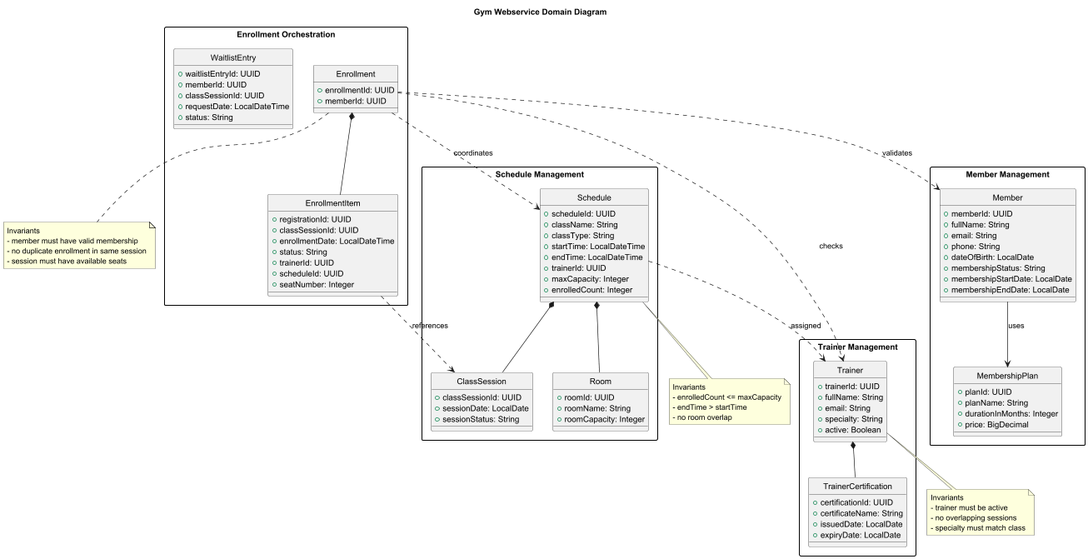
Before: docs/domain-diagram.png, a diagram exported from PlantUML (NateDev5/gym_webservice_finalproject). Its diagram source:
```plantuml
@startuml
title Gym Webservice Domain Diagram

hide circle
skinparam packageStyle rectangle
skinparam shadowing false

package "Member Management" {
  class Member {
    +memberId: UUID
    +fullName: String
    +email: String
    +phone: String
    +dateOfBirth: LocalDate
    +membershipStatus: String
    +membershipStartDate: LocalDate
    +membershipEndDate: LocalDate
  }

  class MembershipPlan {
    +planId: UUID
    +planName: String
    +durationInMonths: Integer
    +price: BigDecimal
  }

  Member --> MembershipPlan : uses
}

package "Trainer Management" {
  class Trainer {
    +trainerId: UUID
    +fullName: String
    +email: String
    +specialty: String
    +active: Boolean
  }

  class TrainerCertification {
    +certificationId: UUID
    +certificateName: String
    +issuedDate: LocalDate
    +expiryDate: LocalDate
  }

  Trainer *-- TrainerCertification
}

package "Schedule Management" {
  class Schedule {
    +scheduleId: UUID
    +className: String
    +classType: String
    +startTime: LocalDateTime
    +endTime: LocalDateTime
    +trainerId: UUID
    +maxCapacity: Integer
    +enrolledCount: Integer
  }

  class Room {
    +roomId: UUID
    +roomName: String
    +roomCapacity: Integer
  }

  class ClassSession {
    +classSessionId: UUID
    +sessionDate: LocalDate
    +sessionStatus: String
  }

  Schedule *-- Room
  Schedule *-- ClassSession
}

package "Enrollment Orchestration" {
  class Enrollment {
    +enrollmentId: UUID
    +memberId: UUID
  }

  class EnrollmentItem {
    +registrationId: UUID
    +classSessionId: UUID
    +enrollmentDate: LocalDateTime
    +status: String
    +trainerId: UUID
    +scheduleId: UUID
    +seatNumber: Integer
  }

  class WaitlistEntry {
    +waitlistEntryId: UUID
    +memberId: UUID
    +classSessionId: UUID
    +requestDate: LocalDateTime
    +status: String
  }

  Enrollment *-- EnrollmentItem
}

Enrollment ..> Member : validates
Enrollment ..> Trainer : checks
Enrollment ..> Schedule : coordinates
EnrollmentItem ..> ClassSession : references
Schedule ..> Trainer : assigned

note bottom of Enrollment
  Invariants
  - member must have valid membership
  - no duplicate enrollment in same session
  - session must have available seats
end note

note bottom of Schedule
  Invariants
  - enrolledCount <= maxCapacity
  - endTime > startTime
  - no room overlap
end note

note bottom of Trainer
  Invariants
  - trainer must be active
  - no overlapping sessions
  - specialty must match class
end note

@enduml
```
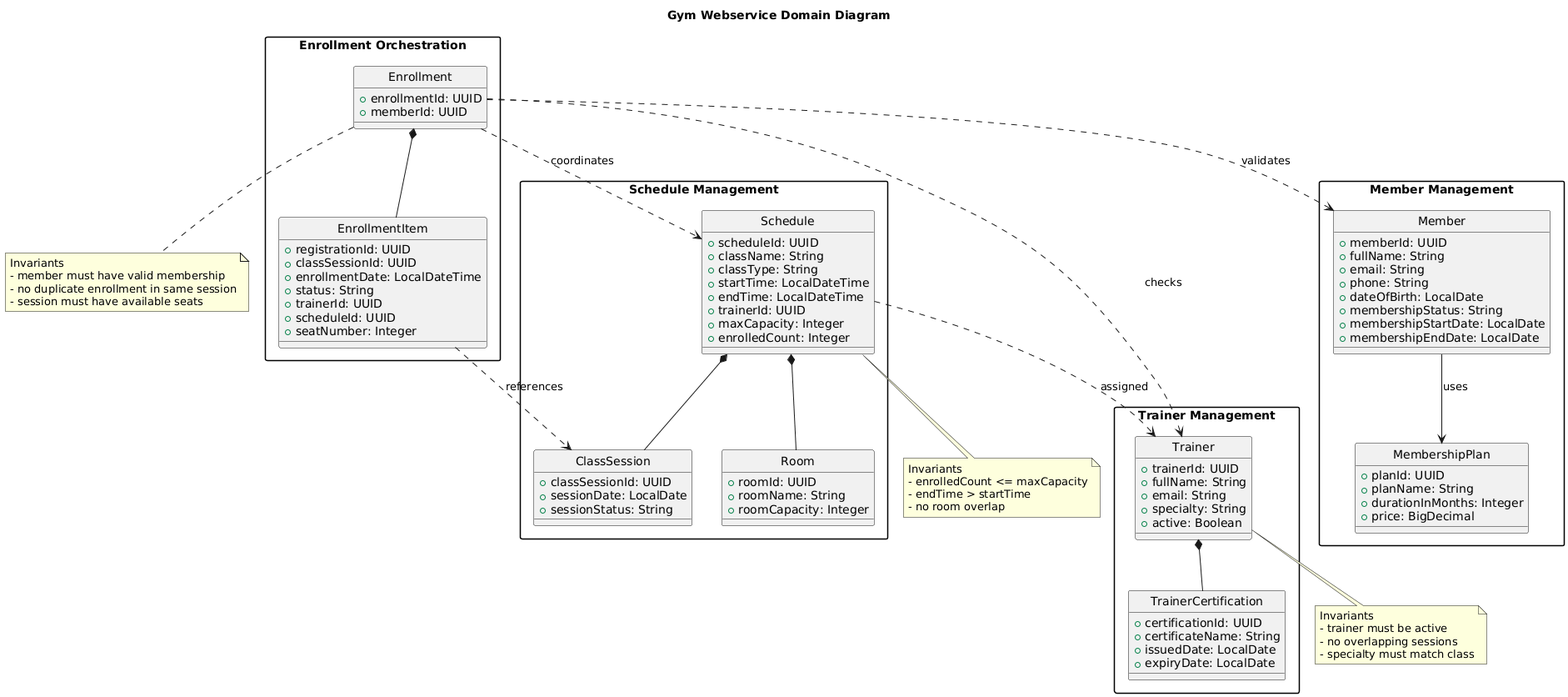
After the change.

What changed in the source:
```diff
@@ -90,14 +90,6 @@
     +seatNumber: Integer
   }
 
-  class WaitlistEntry {
-    +waitlistEntryId: UUID
-    +memberId: UUID
-    +classSessionId: UUID
-    +requestDate: LocalDateTime
-    +status: String
-  }
-
   Enrollment *-- EnrollmentItem
 }
 
@@ -127,5 +119,4 @@
   - no overlapping sessions
   - specialty must match class
 end note
-
 @enduml
```
